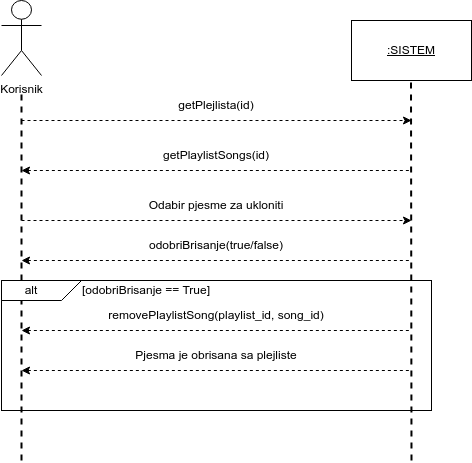
This is docs/SSD1.png from Balsa-Dogandzic/SoundBazaar, a draw.io export, as it was before one commit. Source tidied: cells renumbered, new cells last; positions are measured from the earlier drawing's top-left corner, leaving out a move shared by most shapes.
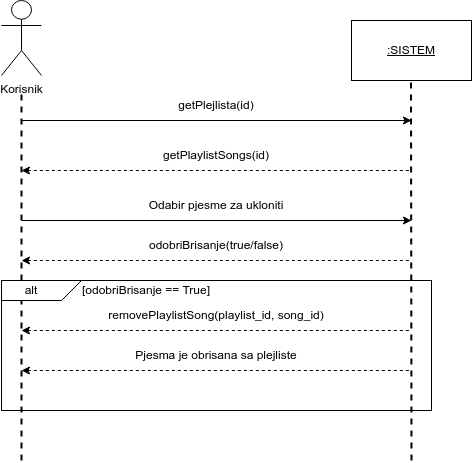
Later version of the same file.

What changed in the source:
```diff
@@ -23,7 +23,7 @@
         <mxPoint x="409.5" y="80" as="targetPoint" />
       </mxGeometry>
     </mxCell>
-    <mxCell id="7" style="endArrow=classic;html=1;rounded=0;dashed=1;" parent="1" edge="1">
+    <mxCell id="7" style="endArrow=classic;html=1;rounded=0;" parent="1" edge="1">
       <mxGeometry relative="1" as="geometry">
         <mxPoint x="20" y="120" as="sourcePoint" />
         <mxPoint x="410" y="120" as="targetPoint" />
@@ -41,7 +41,7 @@
     <mxCell id="10" value="getPlaylistSongs(id)" style="text;html=1;align=center;verticalAlign=middle;whiteSpace=wrap;rounded=0;" parent="1" vertex="1">
       <mxGeometry x="185" y="140" width="60" height="30" as="geometry" />
     </mxCell>
-    <mxCell id="11" style="endArrow=classic;html=1;rounded=0;dashed=1;startArrow=none;startFill=0;endFill=1;" parent="1" edge="1">
+    <mxCell id="11" style="endArrow=classic;html=1;rounded=0;startArrow=none;startFill=0;endFill=1;" parent="1" edge="1">
       <mxGeometry relative="1" as="geometry">
         <mxPoint x="20" y="220" as="sourcePoint" />
         <mxPoint x="410" y="220" as="targetPoint" />
```
